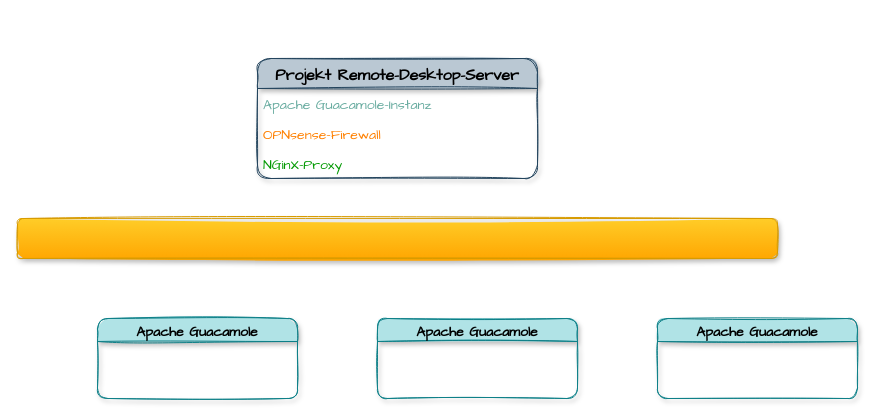
Before: Projektstruktur-Plan.drawio in EF-gitspace/ProXmox-Server, a draw.io diagram. Source tidied: cells renumbered, new cells numbered last; positions are measured from the earlier drawing's top-left corner, leaving out a move shared by most shapes. Both pictures are drawn from the tidied source at 100%, with x=0, y=0 at pixel (17, 58).
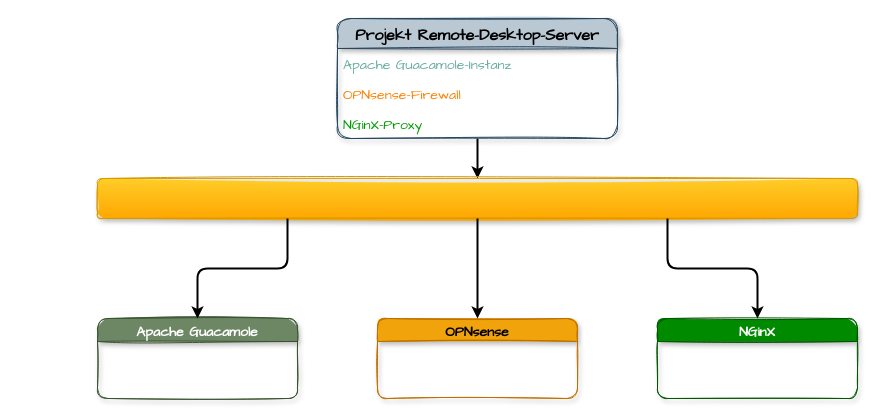
The same diagram, later.

What changed in the source:
```diff
@@
 <mxGraphModel>
   <root>
     <mxCell id="0" />
     <mxCell id="1" parent="0" />
+    <mxCell id="10" style="edgeStyle=orthogonalEdgeStyle;rounded=0;jettySize=auto;html=1;entryX=0.5;entryY=0;entryDx=0;entryDy=0;strokeWidth=2;" parent="1" edge="1" source="2" target="9">
+      <mxGeometry relative="1" as="geometry" />
+    </mxCell>
     <mxCell id="2" value="Projekt Remote-Desktop-Server" style="swimlane;fontStyle=1;horizontal=1;startSize=30;sketch=1;shadow=1;rounded=1;fontFamily=Comic Sans MS;fontSize=16;flipH=1;fillColor=#bac8d3;strokeColor=#23445d;fillStyle=solid;" parent="1" vertex="1">
-      <mxGeometry x="240" width="280" height="120" as="geometry" />
+      <mxGeometry x="320" y="-40" width="280" height="120" as="geometry" />
     </mxCell>
     <mxCell id="3" value="Apache Guacamole-Instanz" style="text;strokeColor=none;fillColor=none;align=left;verticalAlign=middle;spacingLeft=4;spacingRight=4;overflow=hidden;fontFamily=Comic Sans MS;labelPosition=center;verticalLabelPosition=middle;fontSize=14;labelBackgroundColor=none;fontColor=#67AB9F;" parent="2" vertex="1">
       <mxGeometry y="30" width="280" height="30" as="geometry" />
     </mxCell>
     <mxCell id="4" value="OPNsense-Firewall" style="text;strokeColor=none;fillColor=none;align=left;verticalAlign=middle;spacingLeft=4;spacingRight=4;overflow=hidden;fontFamily=Comic Sans MS;labelPosition=center;verticalLabelPosition=middle;fontSize=14;labelBackgroundColor=none;fontColor=#FF8000;" parent="2" vertex="1">
       <mxGeometry y="60" width="280" height="30" as="geometry" />
     </mxCell>
     <mxCell id="5" value="NGinX-Proxy" style="text;strokeColor=none;fillColor=none;align=left;verticalAlign=middle;spacingLeft=4;spacingRight=4;overflow=hidden;fontFamily=Comic Sans MS;labelPosition=center;verticalLabelPosition=middle;fontSize=14;labelBackgroundColor=none;fontColor=#009900;" parent="2" vertex="1">
       <mxGeometry y="90" width="280" height="30" as="geometry" />
     </mxCell>
-    <mxCell id="6" value="Apache Guacamole" style="swimlane;rounded=1;shadow=1;labelBackgroundColor=none;sketch=1;fontFamily=Comic Sans MS;fontSize=14;fillColor=#b0e3e6;strokeColor=#0e8088;fillStyle=solid;" parent="1" vertex="1">
+    <mxCell id="6" value="Apache Guacamole" style="swimlane;rounded=1;shadow=1;labelBackgroundColor=none;sketch=1;fontFamily=Comic Sans MS;fontSize=14;fillColor=#6d8764;strokeColor=#3A5431;fillStyle=solid;fontColor=#ffffff;" parent="1" vertex="1">
       <mxGeometry x="80" y="260" width="200" height="80" as="geometry" />
     </mxCell>
-    <mxCell id="7" value="Apache Guacamole" style="swimlane;rounded=1;shadow=1;labelBackgroundColor=none;sketch=1;fontFamily=Comic Sans MS;fontSize=14;fillColor=#b0e3e6;strokeColor=#0e8088;fillStyle=solid;" parent="1" vertex="1">
+    <mxCell id="7" value="OPNsense" style="swimlane;rounded=1;shadow=1;labelBackgroundColor=none;sketch=1;fontFamily=Comic Sans MS;fontSize=14;fillColor=#f0a30a;strokeColor=#BD7000;fillStyle=solid;fontColor=#000000;" parent="1" vertex="1">
       <mxGeometry x="360" y="260" width="200" height="80" as="geometry" />
     </mxCell>
-    <mxCell id="8" value="Apache Guacamole" style="swimlane;rounded=1;shadow=1;labelBackgroundColor=none;sketch=1;fontFamily=Comic Sans MS;fontSize=14;fillColor=#b0e3e6;strokeColor=#0e8088;fillStyle=solid;" parent="1" vertex="1">
+    <mxCell id="8" value="NGinX" style="swimlane;rounded=1;shadow=1;labelBackgroundColor=none;sketch=1;fontFamily=Comic Sans MS;fontSize=14;fillColor=#008a00;strokeColor=#005700;fillStyle=solid;fontColor=#ffffff;" parent="1" vertex="1">
       <mxGeometry x="640" y="260" width="200" height="80" as="geometry" />
     </mxCell>
     <mxCell id="9" style="rounded=1;whiteSpace=wrap;html=1;shadow=1;labelBackgroundColor=none;sketch=1;fillStyle=solid;fontFamily=Comic Sans MS;fontSize=14;fillColor=#ffcd28;strokeColor=#d79b00;gradientColor=#ffa500;" parent="1" vertex="1">
-      <mxGeometry y="160" width="760" height="40" as="geometry" />
+      <mxGeometry x="80" y="120" width="760" height="40" as="geometry" />
     </mxCell>
+    <mxCell id="11" style="edgeStyle=orthogonalEdgeStyle;jettySize=auto;html=1;entryX=0.5;entryY=0;entryDx=0;entryDy=0;strokeWidth=2;exitX=0.25;exitY=1;exitDx=0;exitDy=0;rounded=1;" parent="1" edge="1" source="9" target="6">
+      <mxGeometry relative="1" as="geometry" />
+    </mxCell>
+    <mxCell id="12" style="edgeStyle=orthogonalEdgeStyle;jettySize=auto;html=1;entryX=0.5;entryY=0;entryDx=0;entryDy=0;strokeWidth=2;exitX=0.5;exitY=1;exitDx=0;exitDy=0;rounded=1;" parent="1" edge="1" source="9" target="7">
+      <mxGeometry relative="1" as="geometry" />
+    </mxCell>
+    <mxCell id="13" style="edgeStyle=orthogonalEdgeStyle;jettySize=auto;html=1;entryX=0.5;entryY=0;entryDx=0;entryDy=0;strokeWidth=2;exitX=0.75;exitY=1;exitDx=0;exitDy=0;rounded=1;" parent="1" edge="1" source="9" target="8">
+      <mxGeometry relative="1" as="geometry" />
+    </mxCell>
   </root>
 </mxGraphModel>
```
